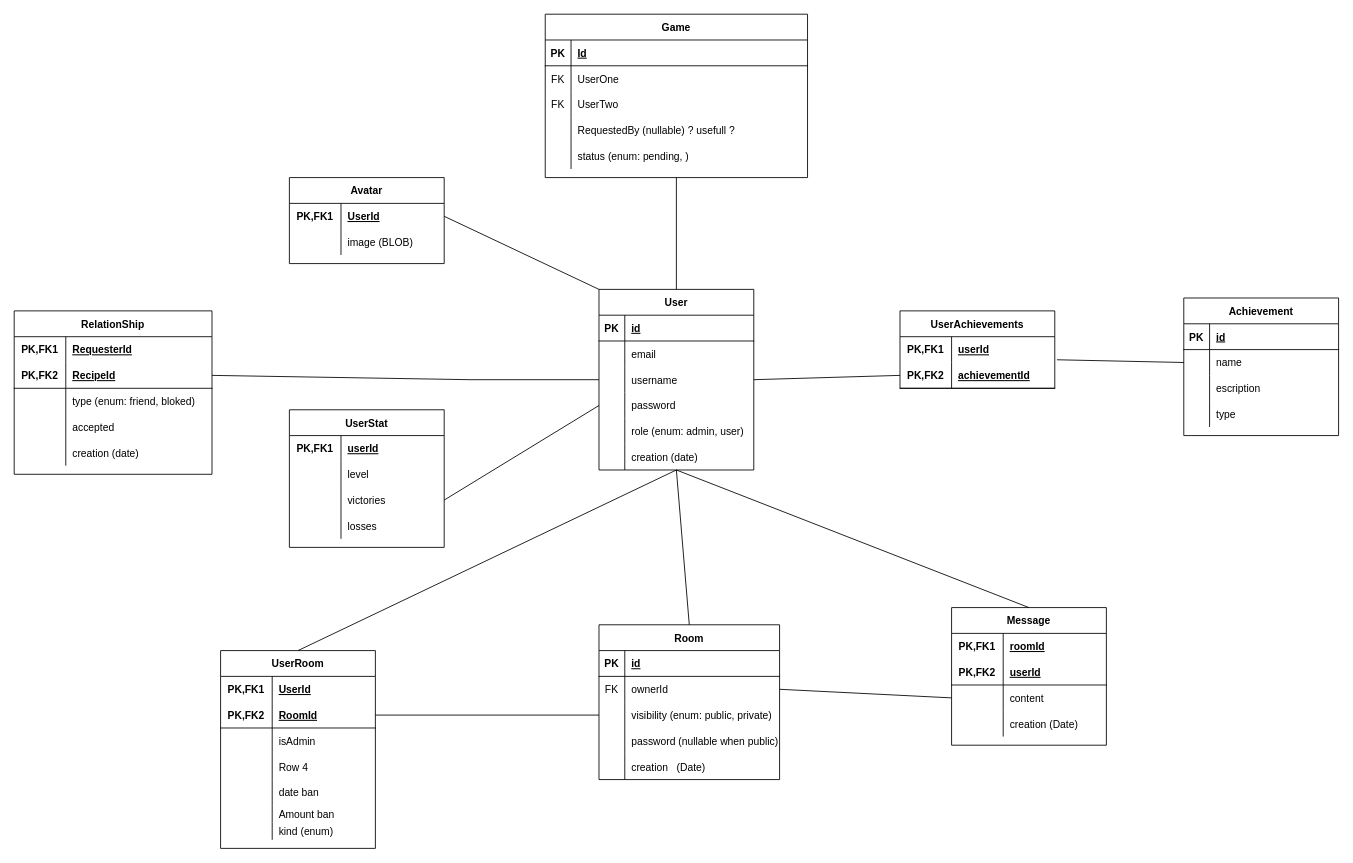
Above: reference/db-schema-tables.drawio in Working-From-Home/ft_transcendence (draw.io), before the change. Source tidied: cells renumbered, new cells numbered last; positions are measured from the earlier drawing's top-left corner, leaving out a move shared by most shapes. Both pictures are drawn from the tidied source at 86%, with x=0, y=0 at pixel (14, 14).
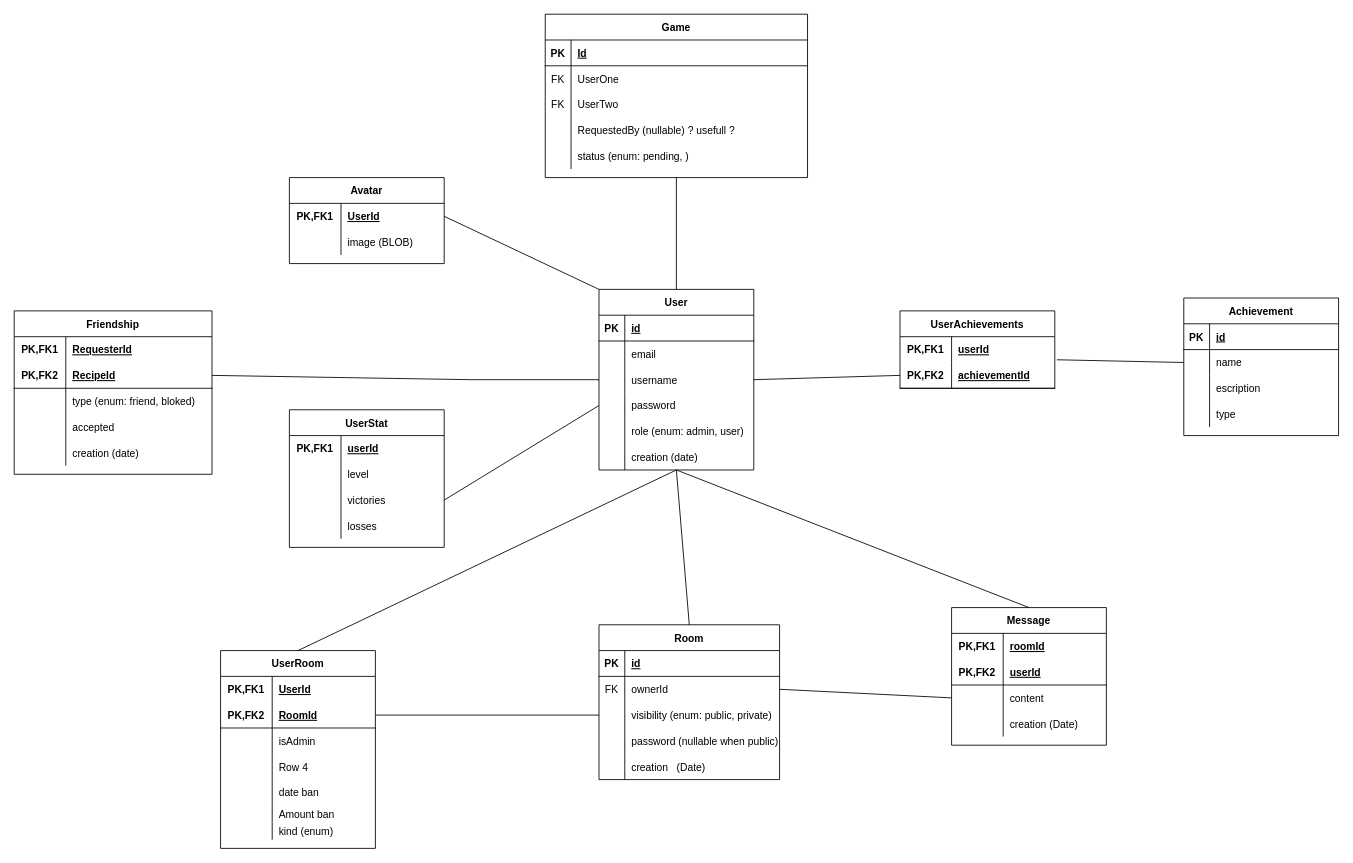
The same diagram, later.

What changed in the source:
```diff
@@
-    <mxCell id="43" value="RelationShip" style="shape=table;startSize=30;childLayout=tableLayout;rowLines=0;fontStyle=1;align=center;" parent="1" vertex="1">
+    <mxCell id="43" value="Friendship" style="shape=table;startSize=30;childLayout=tableLayout;rowLines=0;fontStyle=1;align=center;" parent="1" vertex="1">
       <mxGeometry y="345" width="230" height="190" as="geometry" />
     </mxCell>
```
